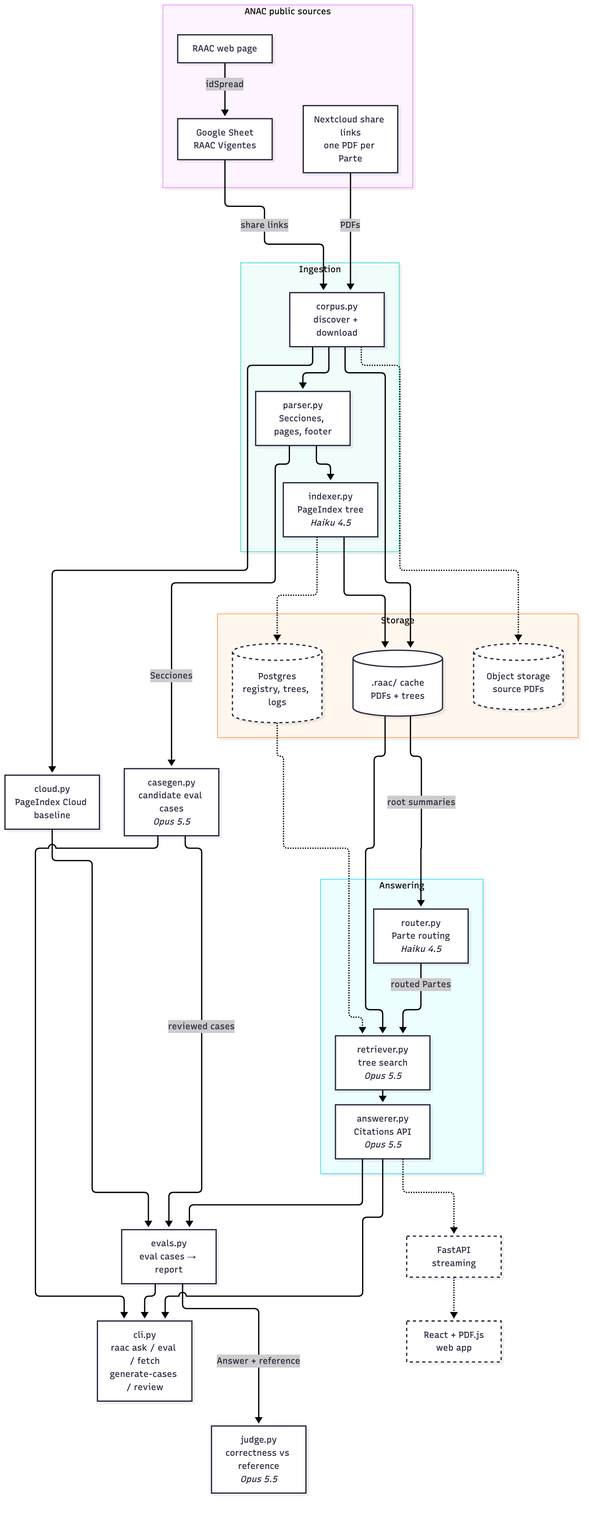
Above: docs/diagrams/architecture.png in Guernik/raac-rag (Mermaid), before the change. Its source is kept beside it as docs/diagrams/architecture.mmd.
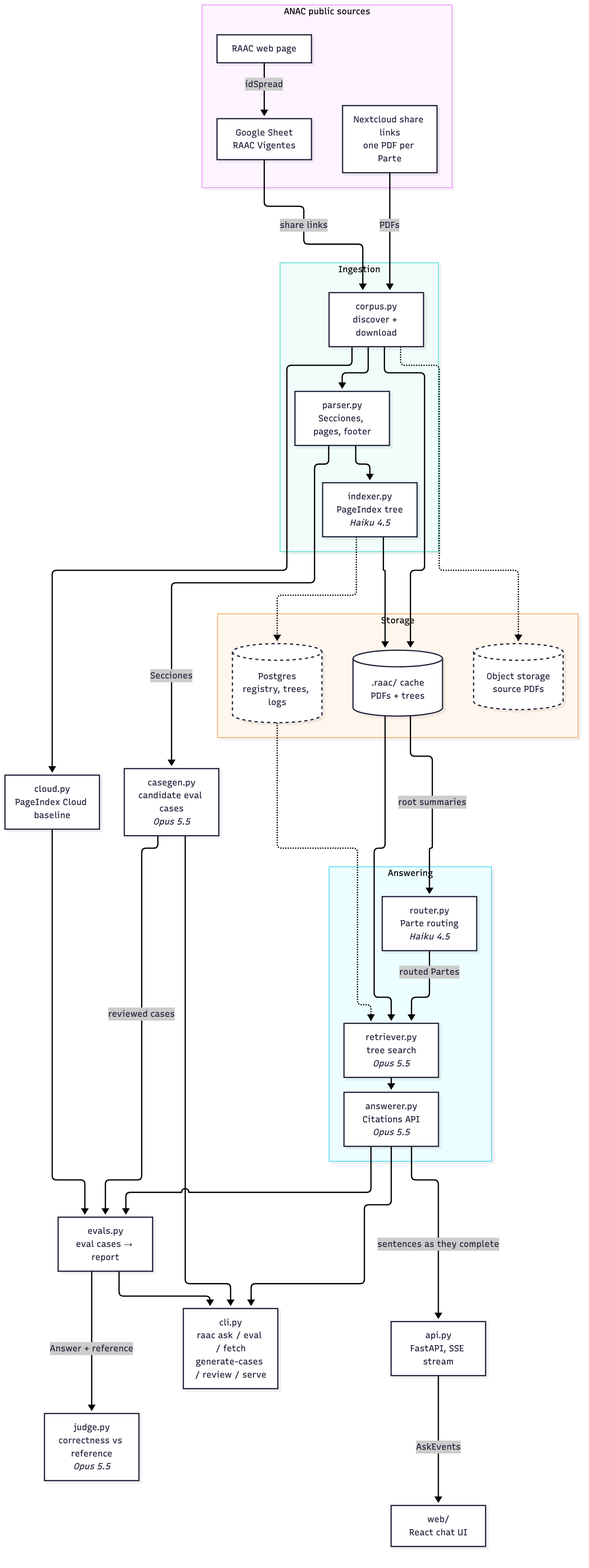
After the change.

Commit message:
docs: diagrams show the streaming API and web UI

Diff of the diagram source:
```diff
@@ -28,9 +28,9 @@
     casegen["casegen.py<br/>candidate eval cases<br/><i>Opus 5.5</i>"]
     cloud["cloud.py<br/>PageIndex Cloud baseline"]
 
-    cli["cli.py<br/>raac ask / eval / fetch<br/>generate-cases / review"]
-    api["FastAPI<br/>streaming"]
-    web["React + PDF.js<br/>web app"]
+    cli["cli.py<br/>raac ask / eval / fetch<br/>generate-cases / review / serve"]
+    api["api.py<br/>FastAPI, SSE stream"]
+    web["web/<br/>React chat UI"]
 
     page -- idSpread --> sheet
     sheet -- share links --> corpus
@@ -52,7 +52,7 @@
     casegen -- reviewed cases --> evals
     casegen --> cli
     corpus --> cloud --> evals
-    answerer -.-> api -.-> web
+    answerer -- sentences as they complete --> api -- AskEvents --> web
 
     classDef planned stroke-dasharray: 5 5
-    class api,web,pg,pdfs planned
+    class pg,pdfs planned
```
